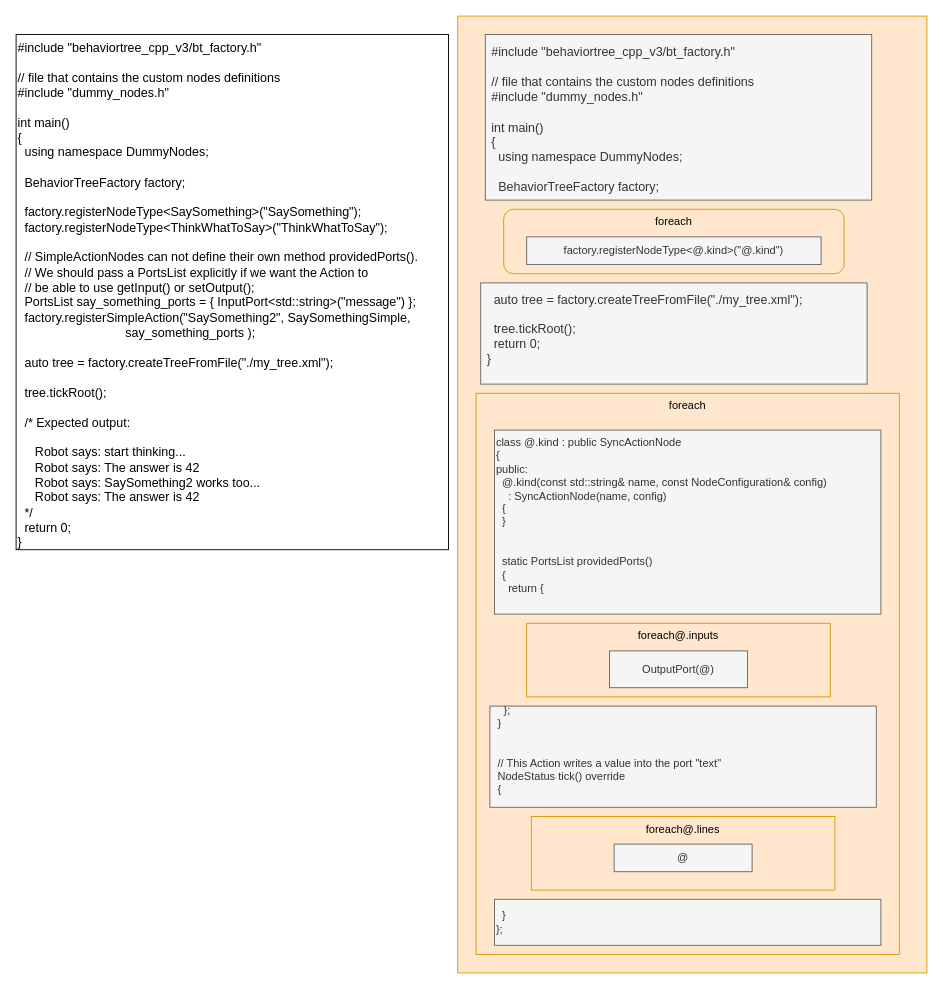
Earlier version of the draw.io diagram gluecpp.drawio (guitarvydas/behavior_tree_to_cpp). Source tidied: cells renumbered, new cells numbered last; positions are measured from the earlier drawing's top-left corner, leaving out a move shared by most shapes. Both pictures are drawn from the tidied source at 92%, with x=0, y=0 at pixel (16, 16).
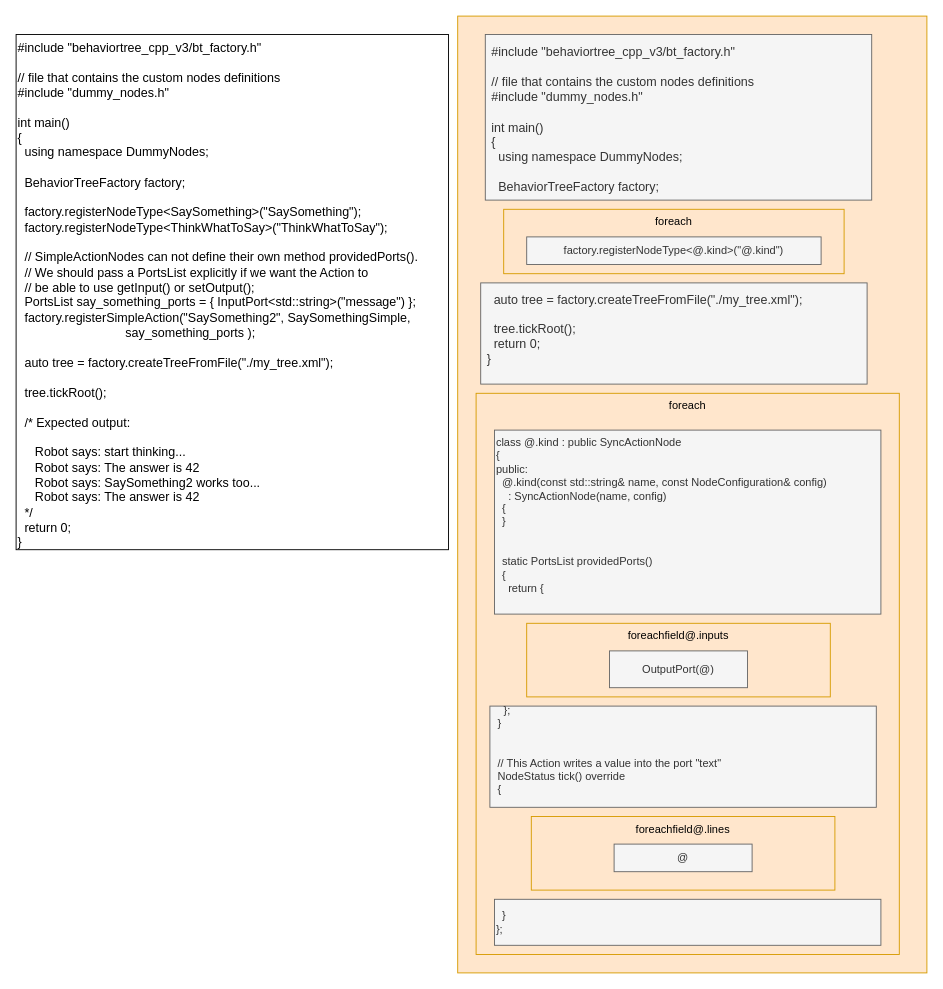
Above is the later version.

Change to the diagram source:
```diff
@@
 <mxGraphModel>
   <root>
     <mxCell id="0" />
     <mxCell id="1" parent="0" />
     <mxCell id="2" style="rounded=0;whiteSpace=wrap;html=1;align=center;fillColor=#ffe6cc;strokeColor=#d79b00;" parent="1" vertex="1">
       <mxGeometry x="480" width="510" height="1040" as="geometry" />
     </mxCell>
     <mxCell id="3" value="&lt;div&gt;&lt;span style=&quot;font-size: 13.6px&quot;&gt;#include &quot;behaviortree_cpp_v3/bt_factory.h&quot;&lt;/span&gt;&lt;br&gt;&lt;/div&gt;&lt;div&gt;&lt;span style=&quot;font-size: 13.6px&quot;&gt;&lt;br&gt;&lt;/span&gt;&lt;/div&gt;&lt;div&gt;&lt;span style=&quot;font-size: 13.6px&quot;&gt;// file that contains the custom nodes definitions&lt;/span&gt;&lt;/div&gt;&lt;div&gt;&lt;span style=&quot;font-size: 13.6px&quot;&gt;#include &quot;dummy_nodes.h&quot;&lt;/span&gt;&lt;/div&gt;&lt;div&gt;&lt;span style=&quot;font-size: 13.6px&quot;&gt;&lt;br&gt;&lt;/span&gt;&lt;/div&gt;&lt;div&gt;&lt;span style=&quot;font-size: 13.6px&quot;&gt;int main()&lt;/span&gt;&lt;/div&gt;&lt;div&gt;&lt;span style=&quot;font-size: 13.6px&quot;&gt;{&lt;/span&gt;&lt;/div&gt;&lt;div&gt;&lt;span style=&quot;font-size: 13.6px&quot;&gt;&amp;nbsp; using namespace DummyNodes;&lt;/span&gt;&lt;/div&gt;&lt;div&gt;&lt;span style=&quot;font-size: 13.6px&quot;&gt;&lt;br&gt;&lt;/span&gt;&lt;/div&gt;&lt;div&gt;&lt;span style=&quot;font-size: 13.6px&quot;&gt;&amp;nbsp; BehaviorTreeFactory factory;&lt;/span&gt;&lt;/div&gt;&lt;div&gt;&lt;br&gt;&lt;/div&gt;" style="rounded=0;whiteSpace=wrap;html=1;align=left;spacingTop=5;spacingLeft=5;fillColor=#f5f5f5;strokeColor=#666666;fontColor=#333333;verticalAlign=top;" parent="1" vertex="1">
       <mxGeometry x="510" y="20" width="420" height="180" as="geometry" />
     </mxCell>
     <mxCell id="4" value="&lt;div&gt;&lt;span style=&quot;font-size: 13.6px&quot;&gt;#include &quot;behaviortree_cpp_v3/bt_factory.h&quot;&lt;/span&gt;&lt;/div&gt;&lt;div&gt;&lt;span style=&quot;font-size: 13.6px&quot;&gt;&lt;br&gt;&lt;/span&gt;&lt;/div&gt;&lt;div&gt;&lt;span style=&quot;font-size: 13.6px&quot;&gt;// file that contains the custom nodes definitions&lt;/span&gt;&lt;/div&gt;&lt;div&gt;&lt;span style=&quot;font-size: 13.6px&quot;&gt;#include &quot;dummy_nodes.h&quot;&lt;/span&gt;&lt;/div&gt;&lt;div&gt;&lt;span style=&quot;font-size: 13.6px&quot;&gt;&lt;br&gt;&lt;/span&gt;&lt;/div&gt;&lt;div&gt;&lt;span style=&quot;font-size: 13.6px&quot;&gt;int main()&lt;/span&gt;&lt;/div&gt;&lt;div&gt;&lt;span style=&quot;font-size: 13.6px&quot;&gt;{&lt;/span&gt;&lt;/div&gt;&lt;div&gt;&lt;span style=&quot;font-size: 13.6px&quot;&gt;&amp;nbsp; using namespace DummyNodes;&lt;/span&gt;&lt;/div&gt;&lt;div&gt;&lt;span style=&quot;font-size: 13.6px&quot;&gt;&lt;br&gt;&lt;/span&gt;&lt;/div&gt;&lt;div&gt;&lt;span style=&quot;font-size: 13.6px&quot;&gt;&amp;nbsp; BehaviorTreeFactory factory;&lt;/span&gt;&lt;/div&gt;&lt;div&gt;&lt;span style=&quot;font-size: 13.6px&quot;&gt;&lt;br&gt;&lt;/span&gt;&lt;/div&gt;&lt;div&gt;&lt;span style=&quot;font-size: 13.6px&quot;&gt;&amp;nbsp; factory.registerNodeType&amp;lt;SaySomething&amp;gt;(&quot;SaySomething&quot;);&lt;/span&gt;&lt;/div&gt;&lt;div&gt;&lt;span style=&quot;font-size: 13.6px&quot;&gt;&amp;nbsp; factory.registerNodeType&amp;lt;ThinkWhatToSay&amp;gt;(&quot;ThinkWhatToSay&quot;);&lt;/span&gt;&lt;/div&gt;&lt;div&gt;&lt;span style=&quot;font-size: 13.6px&quot;&gt;&lt;br&gt;&lt;/span&gt;&lt;/div&gt;&lt;div&gt;&lt;span style=&quot;font-size: 13.6px&quot;&gt;&amp;nbsp; // SimpleActionNodes can not define their own method providedPorts().&lt;/span&gt;&lt;/div&gt;&lt;div&gt;&lt;span style=&quot;font-size: 13.6px&quot;&gt;&amp;nbsp; // We should pass a PortsList explicitly if we want the Action to&lt;/span&gt;&lt;/div&gt;&lt;div&gt;&lt;span style=&quot;font-size: 13.6px&quot;&gt;&amp;nbsp; // be able to use getInput() or setOutput();&lt;/span&gt;&lt;/div&gt;&lt;div&gt;&lt;span style=&quot;font-size: 13.6px&quot;&gt;&amp;nbsp; PortsList say_something_ports = { InputPort&amp;lt;std::string&amp;gt;(&quot;message&quot;) };&lt;/span&gt;&lt;/div&gt;&lt;div&gt;&lt;span style=&quot;font-size: 13.6px&quot;&gt;&amp;nbsp; factory.registerSimpleAction(&quot;SaySomething2&quot;, SaySomethingSimple,&lt;/span&gt;&lt;/div&gt;&lt;div&gt;&lt;span style=&quot;font-size: 13.6px&quot;&gt;&amp;nbsp; &amp;nbsp; &amp;nbsp; &amp;nbsp; &amp;nbsp; &amp;nbsp; &amp;nbsp; &amp;nbsp; &amp;nbsp; &amp;nbsp; &amp;nbsp; &amp;nbsp; &amp;nbsp; &amp;nbsp; &amp;nbsp; &amp;nbsp;say_something_ports );&lt;/span&gt;&lt;/div&gt;&lt;div&gt;&lt;span style=&quot;font-size: 13.6px&quot;&gt;&lt;br&gt;&lt;/span&gt;&lt;/div&gt;&lt;div&gt;&lt;span style=&quot;font-size: 13.6px&quot;&gt;&amp;nbsp; auto tree = factory.createTreeFromFile(&quot;./my_tree.xml&quot;);&lt;/span&gt;&lt;/div&gt;&lt;div&gt;&lt;span style=&quot;font-size: 13.6px&quot;&gt;&lt;br&gt;&lt;/span&gt;&lt;/div&gt;&lt;div&gt;&lt;span style=&quot;font-size: 13.6px&quot;&gt;&amp;nbsp; tree.tickRoot();&lt;/span&gt;&lt;/div&gt;&lt;div&gt;&lt;span style=&quot;font-size: 13.6px&quot;&gt;&lt;br&gt;&lt;/span&gt;&lt;/div&gt;&lt;div&gt;&lt;span style=&quot;font-size: 13.6px&quot;&gt;&amp;nbsp; /* Expected output:&lt;/span&gt;&lt;/div&gt;&lt;div&gt;&lt;span style=&quot;font-size: 13.6px&quot;&gt;&lt;br&gt;&lt;/span&gt;&lt;/div&gt;&lt;div&gt;&lt;span style=&quot;font-size: 13.6px&quot;&gt;&amp;nbsp; &amp;nbsp; &amp;nbsp;Robot says: start thinking...&lt;/span&gt;&lt;/div&gt;&lt;div&gt;&lt;span style=&quot;font-size: 13.6px&quot;&gt;&amp;nbsp; &amp;nbsp; &amp;nbsp;Robot says: The answer is 42&lt;/span&gt;&lt;/div&gt;&lt;div&gt;&lt;span style=&quot;font-size: 13.6px&quot;&gt;&amp;nbsp; &amp;nbsp; &amp;nbsp;Robot says: SaySomething2 works too...&lt;/span&gt;&lt;/div&gt;&lt;div&gt;&lt;span style=&quot;font-size: 13.6px&quot;&gt;&amp;nbsp; &amp;nbsp; &amp;nbsp;Robot says: The answer is 42&lt;/span&gt;&lt;/div&gt;&lt;div&gt;&lt;span style=&quot;font-size: 13.6px&quot;&gt;&amp;nbsp; */&lt;/span&gt;&lt;/div&gt;&lt;div&gt;&lt;span style=&quot;font-size: 13.6px&quot;&gt;&amp;nbsp; return 0;&lt;/span&gt;&lt;/div&gt;&lt;div&gt;&lt;span style=&quot;font-size: 13.6px&quot;&gt;}&lt;/span&gt;&lt;/div&gt;&lt;div&gt;&lt;br&gt;&lt;/div&gt;" style="rounded=0;whiteSpace=wrap;html=1;align=left;verticalAlign=top;" parent="1" vertex="1">
       <mxGeometry y="20" width="470" height="560" as="geometry" />
     </mxCell>
-    <mxCell id="5" style="group;" parent="1" vertex="1">
-      <mxGeometry x="530" y="210" width="370" height="70" as="geometry" />
-    </mxCell>
-    <mxCell id="6" value="foreach" style="rounded=1;whiteSpace=wrap;html=1;fillColor=#ffe6cc;strokeColor=#d79b00;verticalAlign=top;" parent="5" vertex="1">
-      <mxGeometry width="370" height="70" as="geometry" />
-    </mxCell>
-    <mxCell id="7" value="&lt;span&gt;factory.registerNodeType&amp;lt;@.kind&amp;gt;(&quot;@.kind&quot;)&lt;/span&gt;" style="rounded=0;whiteSpace=wrap;html=1;fillColor=#f5f5f5;strokeColor=#666666;fontColor=#333333;" parent="5" vertex="1">
-      <mxGeometry x="25" y="30" width="320" height="30" as="geometry" />
-    </mxCell>
     <mxCell id="8" value="&lt;div&gt;&lt;span style=&quot;font-size: 13.6px&quot;&gt;&amp;nbsp; auto tree = factory.createTreeFromFile(&quot;./my_tree.xml&quot;);&lt;/span&gt;&lt;br&gt;&lt;/div&gt;&lt;div&gt;&lt;span style=&quot;font-size: 13.6px&quot;&gt;&lt;br&gt;&lt;/span&gt;&lt;/div&gt;&lt;div&gt;&lt;span style=&quot;font-size: 13.6px&quot;&gt;&amp;nbsp; tree.tickRoot();&lt;/span&gt;&lt;/div&gt;&lt;div&gt;&lt;span style=&quot;font-size: 13.6px&quot;&gt;&amp;nbsp; return 0;&lt;/span&gt;&lt;br&gt;&lt;/div&gt;&lt;div&gt;&lt;span style=&quot;font-size: 13.6px&quot;&gt;}&lt;/span&gt;&lt;/div&gt;&lt;div&gt;&lt;br&gt;&lt;/div&gt;" style="rounded=0;whiteSpace=wrap;html=1;align=left;spacingTop=5;spacingLeft=5;fillColor=#f5f5f5;strokeColor=#666666;fontColor=#333333;" parent="1" vertex="1">
       <mxGeometry x="505" y="290" width="420" height="110" as="geometry" />
     </mxCell>
     <mxCell id="9" style="group;" parent="1" vertex="1">
       <mxGeometry x="500" y="410" width="460" height="610" as="geometry" />
     </mxCell>
     <mxCell id="10" value="&lt;div&gt;foreach&lt;/div&gt;" style="rounded=0;whiteSpace=wrap;html=1;align=center;verticalAlign=top;fillColor=#ffe6cc;strokeColor=#d79b00;" parent="9" vertex="1">
       <mxGeometry width="460" height="610" as="geometry" />
     </mxCell>
     <mxCell id="11" style="group;" parent="9" vertex="1">
       <mxGeometry x="55" y="250" width="330" height="80" as="geometry" />
     </mxCell>
-    <mxCell id="12" value="&lt;div&gt;&lt;span&gt;foreach@.inputs&lt;/span&gt;&lt;/div&gt;" style="rounded=0;whiteSpace=wrap;html=1;align=center;fillColor=#ffe6cc;strokeColor=#d79b00;verticalAlign=top;" parent="11" vertex="1">
+    <mxCell id="12" value="&lt;div&gt;&lt;span&gt;foreachfield@.inputs&lt;/span&gt;&lt;/div&gt;" style="rounded=0;whiteSpace=wrap;html=1;align=center;fillColor=#ffe6cc;strokeColor=#d79b00;verticalAlign=top;" parent="11" vertex="1">
       <mxGeometry width="330" height="80" as="geometry" />
     </mxCell>
     <mxCell id="13" value="OutputPort(@)" style="rounded=0;whiteSpace=wrap;html=1;align=center;fillColor=#f5f5f5;strokeColor=#666666;fontColor=#333333;" parent="11" vertex="1">
       <mxGeometry x="90" y="30" width="150" height="40" as="geometry" />
     </mxCell>
     <mxCell id="14" style="group;" parent="9" vertex="1">
       <mxGeometry x="60" y="460" width="330" height="80" as="geometry" />
     </mxCell>
-    <mxCell id="15" value="&lt;div&gt;&lt;span&gt;foreach@.lines&lt;/span&gt;&lt;/div&gt;" style="rounded=0;whiteSpace=wrap;html=1;align=center;fillColor=#ffe6cc;strokeColor=#d79b00;verticalAlign=top;" parent="14" vertex="1">
+    <mxCell id="15" value="&lt;div&gt;&lt;span&gt;foreachfield@.lines&lt;/span&gt;&lt;/div&gt;" style="rounded=0;whiteSpace=wrap;html=1;align=center;fillColor=#ffe6cc;strokeColor=#d79b00;verticalAlign=top;" parent="14" vertex="1">
       <mxGeometry width="330" height="80" as="geometry" />
     </mxCell>
     <mxCell id="16" value="@" style="rounded=0;whiteSpace=wrap;html=1;align=center;fillColor=#f5f5f5;strokeColor=#666666;fontColor=#333333;" parent="14" vertex="1">
       <mxGeometry x="90" y="30" width="150" height="30" as="geometry" />
     </mxCell>
     <mxCell id="17" value="&lt;div&gt;&amp;nbsp; &amp;nbsp; };&lt;/div&gt;&lt;div&gt;&amp;nbsp; }&lt;/div&gt;&lt;div&gt;&lt;br&gt;&lt;/div&gt;&lt;div&gt;&lt;br&gt;&lt;/div&gt;&lt;div&gt;&lt;span&gt;&amp;nbsp; // This Action writes a value into the port &quot;text&quot;&lt;/span&gt;&lt;br&gt;&lt;/div&gt;&lt;div&gt;&amp;nbsp; NodeStatus tick() override&lt;/div&gt;&lt;div&gt;&amp;nbsp; {&lt;/div&gt;&lt;div&gt;&lt;br&gt;&lt;/div&gt;" style="rounded=0;whiteSpace=wrap;html=1;align=left;fillColor=#f5f5f5;strokeColor=#666666;fontColor=#333333;" parent="9" vertex="1">
       <mxGeometry x="15" y="340" width="420" height="110" as="geometry" />
     </mxCell>
     <mxCell id="18" value="&lt;div&gt;&lt;br&gt;&lt;/div&gt;&lt;div&gt;&lt;span&gt;&amp;nbsp; }&lt;/span&gt;&lt;br&gt;&lt;/div&gt;&lt;div&gt;};&lt;/div&gt;&lt;div&gt;&lt;br&gt;&lt;/div&gt;" style="rounded=0;whiteSpace=wrap;html=1;align=left;fillColor=#f5f5f5;strokeColor=#666666;fontColor=#333333;" parent="9" vertex="1">
       <mxGeometry x="20" y="550" width="420" height="50" as="geometry" />
     </mxCell>
     <mxCell id="19" value="&lt;div&gt;class @.kind : public SyncActionNode&lt;/div&gt;&lt;div&gt;{&lt;/div&gt;&lt;div&gt;public:&lt;/div&gt;&lt;div&gt;&amp;nbsp; @.kind(const std::string&amp;amp; name, const NodeConfiguration&amp;amp; config)&lt;/div&gt;&lt;div&gt;&amp;nbsp; &amp;nbsp; : SyncActionNode(name, config)&lt;/div&gt;&lt;div&gt;&amp;nbsp; {&lt;/div&gt;&lt;div&gt;&amp;nbsp; }&lt;/div&gt;&lt;div&gt;&lt;br&gt;&lt;/div&gt;&lt;div&gt;&lt;br&gt;&lt;/div&gt;&lt;div&gt;&amp;nbsp; static PortsList providedPorts()&lt;/div&gt;&lt;div&gt;&amp;nbsp; {&lt;/div&gt;&lt;div&gt;&amp;nbsp; &amp;nbsp; return {&amp;nbsp;&lt;/div&gt;&lt;div&gt;&lt;br&gt;&lt;/div&gt;" style="rounded=0;whiteSpace=wrap;html=1;align=left;fillColor=#f5f5f5;strokeColor=#666666;fontColor=#333333;" parent="9" vertex="1">
       <mxGeometry x="20" y="40" width="420" height="200" as="geometry" />
     </mxCell>
+    <mxCell id="6" value="foreach" style="rounded=0;whiteSpace=wrap;html=1;fillColor=#ffe6cc;strokeColor=#d79b00;verticalAlign=top;" parent="1" vertex="1">
+      <mxGeometry x="530" y="210" width="370" height="70" as="geometry" />
+    </mxCell>
+    <mxCell id="7" value="&lt;span&gt;factory.registerNodeType&amp;lt;@.kind&amp;gt;(&quot;@.kind&quot;)&lt;/span&gt;" style="rounded=0;whiteSpace=wrap;html=1;fillColor=#f5f5f5;strokeColor=#666666;fontColor=#333333;" parent="1" vertex="1">
+      <mxGeometry x="555" y="240" width="320" height="30" as="geometry" />
+    </mxCell>
   </root>
 </mxGraphModel>
```
